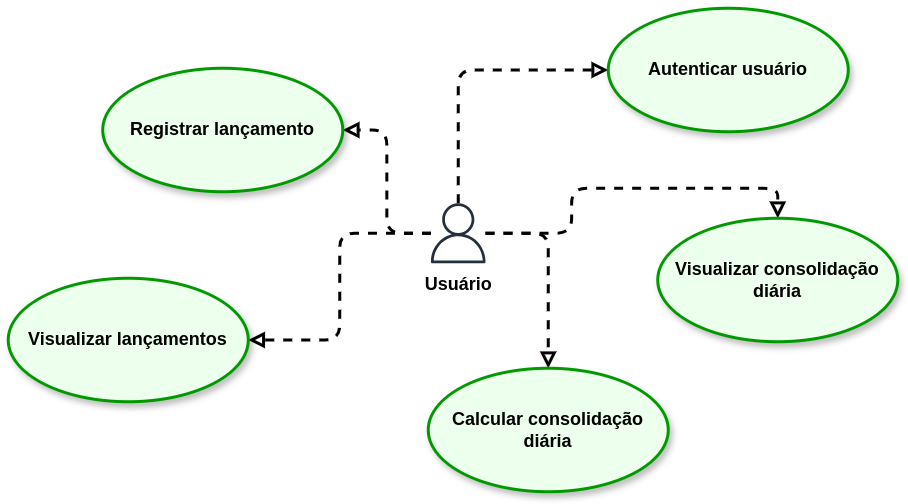
erlimar/desafio-verity-erlimar-2025 keeps this draw.io diagram as docs/images/casos-de-uso.png. Above is the earlier version. Source tidied: cells renumbered, new cells last; positions are measured from the earlier drawing's top-left corner, leaving out a move shared by most shapes.
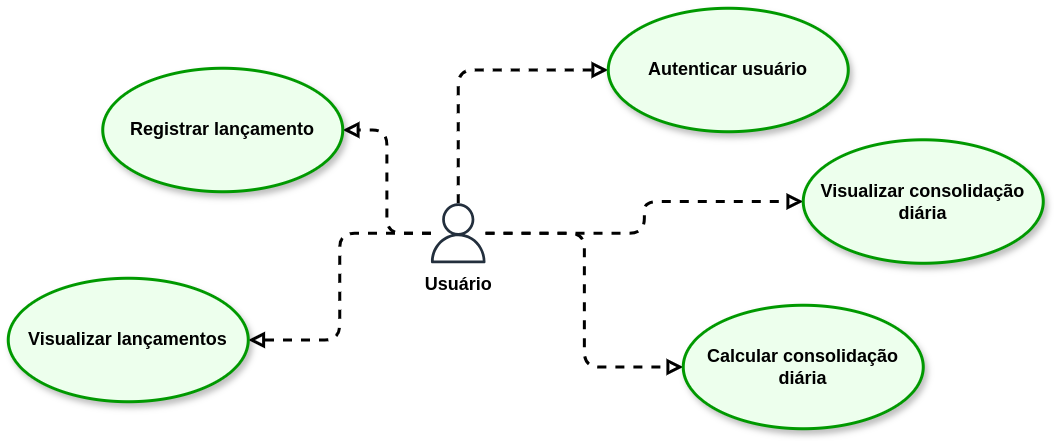
The same diagram one commit later.

Diff of the diagram source:
```diff
@@ -8,13 +8,13 @@
     <mxCell id="3" style="edgeStyle=orthogonalEdgeStyle;rounded=1;jettySize=auto;html=1;entryX=0;entryY=0.5;entryDx=0;entryDy=0;exitX=0.5;exitY=0;exitDx=0;exitDy=0;exitPerimeter=0;endArrow=block;endFill=0;curved=0;strokeWidth=2;dashed=1;" parent="1" edge="1" source="7" target="8">
       <mxGeometry relative="1" as="geometry" />
     </mxCell>
-    <mxCell id="4" style="edgeStyle=orthogonalEdgeStyle;rounded=1;jettySize=auto;html=1;entryX=0.5;entryY=0;entryDx=0;entryDy=0;endArrow=block;endFill=0;curved=0;strokeWidth=2;dashed=1;" parent="1" edge="1" source="7" target="11">
+    <mxCell id="4" style="edgeStyle=orthogonalEdgeStyle;rounded=1;jettySize=auto;html=1;entryX=0;entryY=0.5;entryDx=0;entryDy=0;endArrow=block;endFill=0;curved=0;strokeWidth=2;dashed=1;" parent="1" edge="1" source="7" target="11">
       <mxGeometry relative="1" as="geometry" />
     </mxCell>
     <mxCell id="5" style="edgeStyle=orthogonalEdgeStyle;rounded=1;jettySize=auto;html=1;entryX=1;entryY=0.5;entryDx=0;entryDy=0;endArrow=block;endFill=0;curved=0;strokeWidth=2;dashed=1;" parent="1" edge="1" source="7" target="10">
       <mxGeometry relative="1" as="geometry" />
     </mxCell>
-    <mxCell id="6" style="edgeStyle=orthogonalEdgeStyle;rounded=1;jettySize=auto;html=1;entryX=0.5;entryY=0;entryDx=0;entryDy=0;exitX=1;exitY=0.5;exitDx=0;exitDy=0;exitPerimeter=0;endArrow=block;endFill=0;curved=0;strokeWidth=2;dashed=1;" parent="1" edge="1" source="7" target="12">
+    <mxCell id="6" style="edgeStyle=orthogonalEdgeStyle;rounded=1;jettySize=auto;html=1;entryX=0;entryY=0.5;entryDx=0;entryDy=0;exitX=1;exitY=0.5;exitDx=0;exitDy=0;exitPerimeter=0;endArrow=block;endFill=0;curved=0;strokeWidth=2;dashed=1;" parent="1" edge="1" source="7" target="12">
       <mxGeometry relative="1" as="geometry" />
     </mxCell>
     <mxCell id="7" value="Usuário" style="sketch=0;outlineConnect=0;fontColor=#000000;gradientColor=none;fillColor=#232F3D;strokeColor=none;dashed=0;verticalLabelPosition=bottom;verticalAlign=top;align=center;html=1;fontSize=12;fontStyle=1;shape=mxgraph.aws4.user;points=[[0,0,0,0,0],[0,0.5,0,0,0],[0,1,0,0,0],[0.5,0,0,0,0],[0.5,1,0,0,0],[1,0,0,0,0],[1,0.5,0,0,0],[1,1,0,0,0]];" parent="1" vertex="1">
@@ -30,10 +30,10 @@
       <mxGeometry y="180" width="160" height="82.3" as="geometry" />
     </mxCell>
     <mxCell id="11" value="Visualizar consolidação diária" style="ellipse;whiteSpace=wrap;html=1;spacingLeft=0;spacingRight=0;spacingBottom=0;spacingTop=0;spacing=10;strokeWidth=2;shadow=1;strokeColor=#009900;fillColor=#EDFFED;fontStyle=1;" parent="1" vertex="1">
-      <mxGeometry x="433" y="140" width="160" height="82.3" as="geometry" />
+      <mxGeometry x="530" y="87.7" width="160" height="82.3" as="geometry" />
     </mxCell>
     <mxCell id="12" value="Calcular consolidação diária" style="ellipse;whiteSpace=wrap;html=1;spacingLeft=0;spacingRight=0;spacingBottom=0;spacingTop=0;spacing=10;strokeWidth=2;shadow=1;strokeColor=#009900;fillColor=#EDFFED;fontStyle=1;" parent="1" vertex="1">
-      <mxGeometry x="280" y="240" width="160" height="82.3" as="geometry" />
+      <mxGeometry x="450" y="198" width="160" height="82.3" as="geometry" />
     </mxCell>
   </root>
 </mxGraphModel>
```
